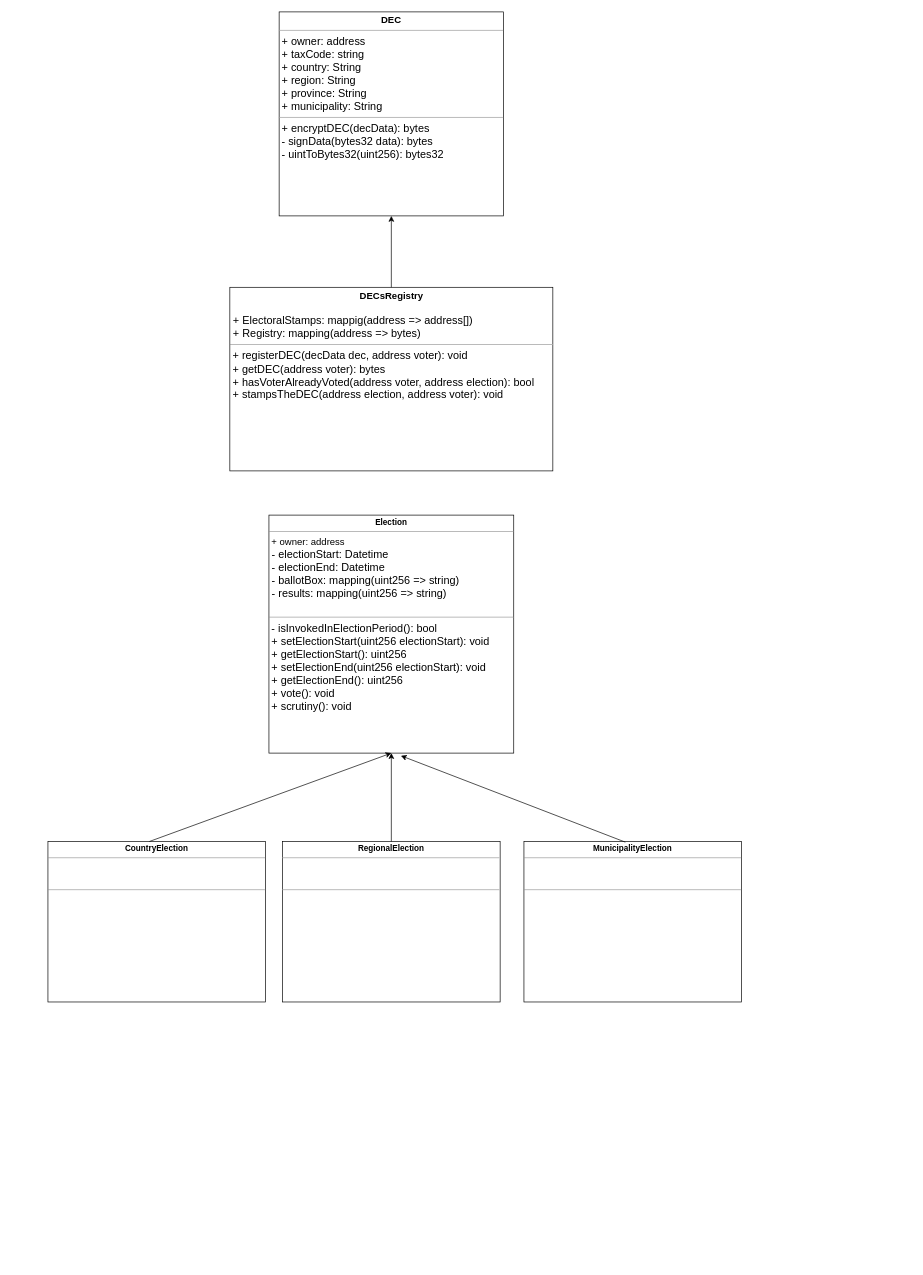
Before: page "smart contracts" (2 of 2) of docs/diagrams/Agora diagrams.drawio in nova-collective/agora, a draw.io diagram. Source tidied: cells renumbered, new cells numbered last; positions are measured from the earlier drawing's top-left corner, leaving out a move shared by most shapes. Both pictures are drawn from the tidied source at 68%, with x=0, y=0 at pixel (48, 12).
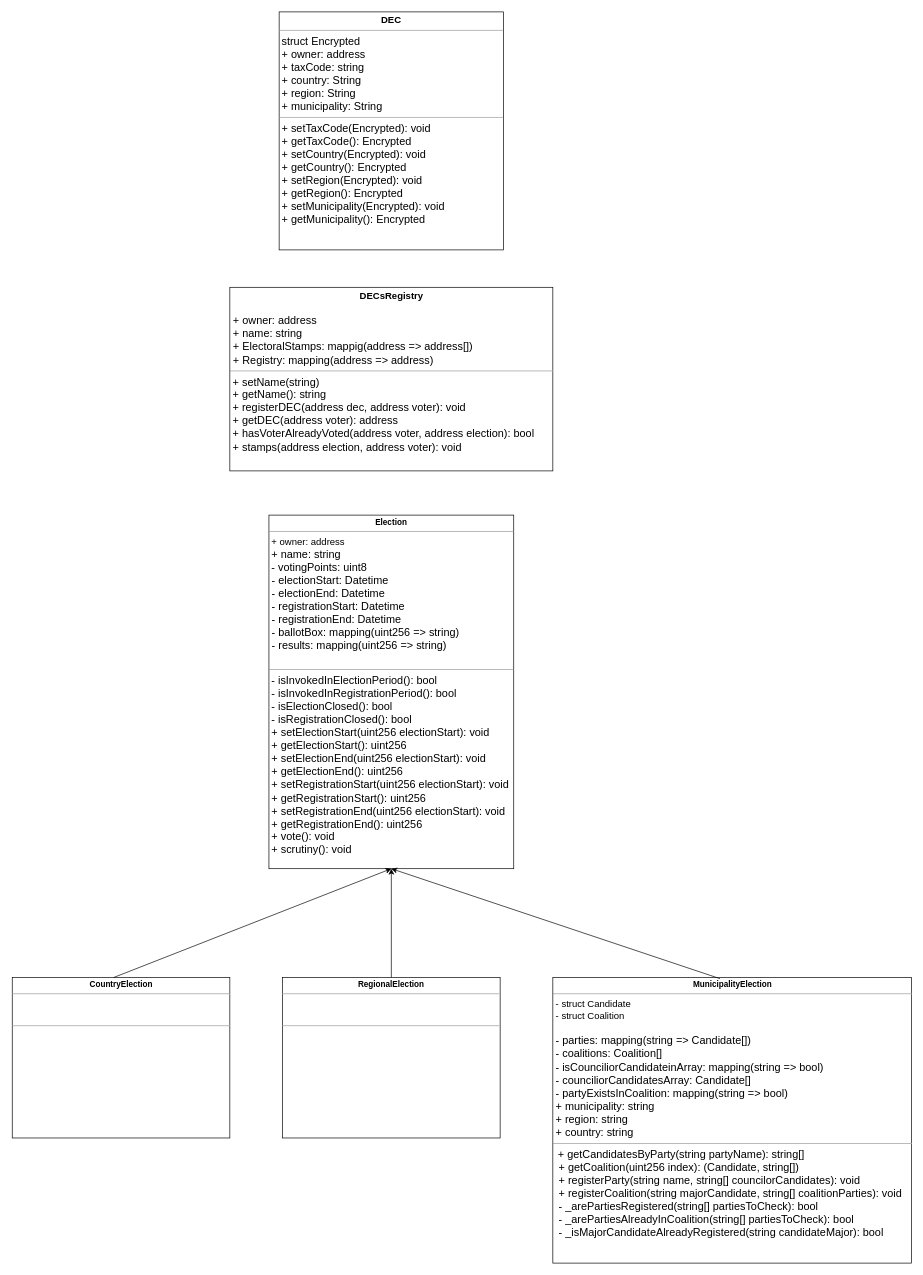
Above is the later version.

Diff of the diagram source:
```diff
@@
 <mxGraphModel>
   <root>
     <mxCell id="0" />
     <mxCell id="1" parent="0" />
-    <mxCell id="2" value="&lt;p style=&quot;margin:0px;margin-top:4px;text-align:center;&quot;&gt;&lt;b&gt;&lt;font style=&quot;font-size: 14px;&quot;&gt;DEC&lt;/font&gt;&lt;/b&gt;&lt;/p&gt;&lt;hr size=&quot;1&quot;&gt;&lt;p style=&quot;margin:0px;margin-left:4px;&quot;&gt;&lt;span style=&quot;background-color: initial;&quot;&gt;&lt;font size=&quot;3&quot;&gt;+ owner: address&lt;/font&gt;&lt;/span&gt;&lt;/p&gt;&lt;p style=&quot;margin:0px;margin-left:4px;&quot;&gt;&lt;span style=&quot;background-color: initial;&quot;&gt;&lt;font size=&quot;3&quot;&gt;+ taxCode: string&lt;/font&gt;&lt;/span&gt;&lt;/p&gt;&lt;p style=&quot;margin:0px;margin-left:4px;&quot;&gt;&lt;span style=&quot;background-color: initial;&quot;&gt;&lt;font size=&quot;3&quot;&gt;+ country: String&lt;/font&gt;&lt;/span&gt;&lt;/p&gt;&lt;p style=&quot;margin:0px;margin-left:4px;&quot;&gt;&lt;font size=&quot;3&quot;&gt;+ region: String&lt;/font&gt;&lt;/p&gt;&lt;p style=&quot;margin:0px;margin-left:4px;&quot;&gt;&lt;font size=&quot;3&quot;&gt;+ province: String&lt;/font&gt;&lt;/p&gt;&lt;p style=&quot;margin:0px;margin-left:4px;&quot;&gt;&lt;font size=&quot;3&quot;&gt;+ municipality: String&lt;br&gt;&lt;/font&gt;&lt;/p&gt;&lt;hr size=&quot;1&quot;&gt;&lt;p style=&quot;margin:0px;margin-left:4px;&quot;&gt;&lt;font size=&quot;3&quot;&gt;+ encryptDEC(decData): bytes&lt;/font&gt;&lt;/p&gt;&lt;p style=&quot;margin:0px;margin-left:4px;&quot;&gt;&lt;font size=&quot;3&quot;&gt;- signData(bytes32 data): bytes&lt;/font&gt;&lt;/p&gt;&lt;p style=&quot;margin:0px;margin-left:4px;&quot;&gt;&lt;font size=&quot;3&quot;&gt;- uintToBytes32(uint256): bytes32&amp;nbsp;&lt;/font&gt;&lt;/p&gt;&lt;p style=&quot;margin:0px;margin-left:4px;&quot;&gt;&lt;br&gt;&lt;/p&gt;" style="verticalAlign=top;align=left;overflow=fill;html=1;whiteSpace=wrap;" parent="1" vertex="1">
-      <mxGeometry x="340" width="330" height="300" as="geometry" />
+    <mxCell id="2" value="&lt;p style=&quot;margin:0px;margin-top:4px;text-align:center;&quot;&gt;&lt;b&gt;&lt;font style=&quot;font-size: 14px;&quot;&gt;DEC&lt;/font&gt;&lt;/b&gt;&lt;/p&gt;&lt;hr size=&quot;1&quot;&gt;&lt;p style=&quot;margin:0px;margin-left:4px;&quot;&gt;&lt;span style=&quot;background-color: initial;&quot;&gt;&lt;font size=&quot;3&quot;&gt;struct Encrypted&lt;/font&gt;&lt;/span&gt;&lt;/p&gt;&lt;p style=&quot;margin:0px;margin-left:4px;&quot;&gt;&lt;span style=&quot;background-color: initial;&quot;&gt;&lt;font size=&quot;3&quot;&gt;+ owner: address&lt;/font&gt;&lt;/span&gt;&lt;/p&gt;&lt;p style=&quot;margin:0px;margin-left:4px;&quot;&gt;&lt;span style=&quot;background-color: initial;&quot;&gt;&lt;font size=&quot;3&quot;&gt;+ taxCode: string&lt;/font&gt;&lt;/span&gt;&lt;/p&gt;&lt;p style=&quot;margin:0px;margin-left:4px;&quot;&gt;&lt;span style=&quot;background-color: initial;&quot;&gt;&lt;font size=&quot;3&quot;&gt;+ country: String&lt;/font&gt;&lt;/span&gt;&lt;/p&gt;&lt;p style=&quot;margin:0px;margin-left:4px;&quot;&gt;&lt;font size=&quot;3&quot;&gt;+ region: String&lt;/font&gt;&lt;/p&gt;&lt;p style=&quot;margin:0px;margin-left:4px;&quot;&gt;&lt;font size=&quot;3&quot;&gt;+ municipality: String&lt;br&gt;&lt;/font&gt;&lt;/p&gt;&lt;hr size=&quot;1&quot;&gt;&lt;p style=&quot;margin:0px;margin-left:4px;&quot;&gt;&lt;span style=&quot;font-size: medium; background-color: initial;&quot;&gt;+ setTaxCode(Encrypted): void&lt;/span&gt;&lt;/p&gt;&lt;p style=&quot;margin:0px;margin-left:4px;&quot;&gt;&lt;span style=&quot;font-size: medium; background-color: initial;&quot;&gt;+ getTaxCode(): Encrypted&lt;/span&gt;&lt;/p&gt;&lt;p style=&quot;margin:0px;margin-left:4px;&quot;&gt;&lt;span style=&quot;font-size: medium; background-color: initial;&quot;&gt;+ setCountry(Encrypted): void&lt;/span&gt;&lt;/p&gt;&lt;p style=&quot;margin:0px;margin-left:4px;&quot;&gt;&lt;span style=&quot;font-size: medium; background-color: initial;&quot;&gt;+ getCountry(): Encrypted&lt;/span&gt;&lt;/p&gt;&lt;p style=&quot;margin:0px;margin-left:4px;&quot;&gt;&lt;span style=&quot;font-size: medium; background-color: initial;&quot;&gt;+ setRegion(Encrypted): void&lt;/span&gt;&lt;/p&gt;&lt;p style=&quot;margin:0px;margin-left:4px;&quot;&gt;&lt;span style=&quot;font-size: medium; background-color: initial;&quot;&gt;+ getRegion(): Encrypted&lt;/span&gt;&lt;/p&gt;&lt;p style=&quot;margin:0px;margin-left:4px;&quot;&gt;&lt;span style=&quot;font-size: medium; background-color: initial;&quot;&gt;+ setMunicipality(Encrypted): void&lt;/span&gt;&lt;/p&gt;&lt;p style=&quot;margin:0px;margin-left:4px;&quot;&gt;&lt;span style=&quot;font-size: medium; background-color: initial;&quot;&gt;+ getMunicipality(): Encrypted&lt;/span&gt;&lt;br&gt;&lt;/p&gt;&lt;p style=&quot;margin:0px;margin-left:4px;&quot;&gt;&lt;br&gt;&lt;/p&gt;" style="verticalAlign=top;align=left;overflow=fill;html=1;whiteSpace=wrap;" parent="1" vertex="1">
+      <mxGeometry x="340" width="330" height="350" as="geometry" />
     </mxCell>
-    <mxCell id="3" value="&lt;p style=&quot;margin:0px;margin-top:4px;text-align:center;&quot;&gt;&lt;b&gt;Election&lt;/b&gt;&lt;/p&gt;&lt;hr size=&quot;1&quot;&gt;&lt;p style=&quot;margin:0px;margin-left:4px;&quot;&gt;&lt;font style=&quot;font-size: 14px;&quot;&gt;+ owner: address&lt;/font&gt;&lt;/p&gt;&lt;font size=&quot;3&quot;&gt;&amp;nbsp;- electionStart: Datetime&amp;nbsp;&lt;br&gt;&amp;nbsp;- electionEnd: Datetime&lt;/font&gt;&lt;div&gt;&lt;font size=&quot;3&quot;&gt;&amp;nbsp;- ballotBox: mapping(uint256 =&amp;gt; string)&lt;/font&gt;&lt;/div&gt;&lt;div&gt;&lt;font size=&quot;3&quot;&gt;&amp;nbsp;- results: mapping(uint256 =&amp;gt; string)&amp;nbsp;&lt;/font&gt;&lt;/div&gt;&lt;div&gt;&lt;font size=&quot;3&quot;&gt;&lt;br&gt;&lt;/font&gt;&lt;div&gt;&lt;hr size=&quot;1&quot;&gt;&lt;p style=&quot;margin:0px;margin-left:4px;&quot;&gt;&lt;font size=&quot;3&quot;&gt;- isInvokedInElectionPeriod(): bool&lt;/font&gt;&lt;/p&gt;&lt;p style=&quot;margin:0px;margin-left:4px;&quot;&gt;&lt;font size=&quot;3&quot;&gt;+ setElectionStart(uint256 electionStart): void&lt;/font&gt;&lt;/p&gt;&lt;p style=&quot;margin:0px;margin-left:4px;&quot;&gt;&lt;font size=&quot;3&quot;&gt;+ getElectionStart(): uint256&lt;/font&gt;&lt;/p&gt;&lt;p style=&quot;margin: 0px 0px 0px 4px;&quot;&gt;&lt;font size=&quot;3&quot;&gt;+ setElectionEnd(uint256 electionStart): void&lt;/font&gt;&lt;/p&gt;&lt;p style=&quot;margin: 0px 0px 0px 4px;&quot;&gt;&lt;font size=&quot;3&quot;&gt;+ getElectionEnd(): uint256&lt;/font&gt;&lt;/p&gt;&lt;p style=&quot;margin: 0px 0px 0px 4px;&quot;&gt;&lt;font size=&quot;3&quot;&gt;+ vote(): void&lt;/font&gt;&lt;/p&gt;&lt;p style=&quot;margin: 0px 0px 0px 4px;&quot;&gt;&lt;font size=&quot;3&quot;&gt;+ scrutiny(): void&lt;/font&gt;&lt;/p&gt;&lt;/div&gt;&lt;/div&gt;" style="verticalAlign=top;align=left;overflow=fill;html=1;whiteSpace=wrap;" parent="1" vertex="1">
-      <mxGeometry x="325" y="740" width="360" height="350" as="geometry" />
+    <mxCell id="3" value="&lt;p style=&quot;margin:0px;margin-top:4px;text-align:center;&quot;&gt;&lt;b&gt;Election&lt;/b&gt;&lt;/p&gt;&lt;hr size=&quot;1&quot;&gt;&lt;p style=&quot;margin:0px;margin-left:4px;&quot;&gt;&lt;font style=&quot;font-size: 14px;&quot;&gt;+ owner: address&lt;/font&gt;&lt;/p&gt;&lt;p style=&quot;margin:0px;margin-left:4px;&quot;&gt;&lt;font size=&quot;3&quot; style=&quot;&quot;&gt;+ name: string&lt;/font&gt;&lt;/p&gt;&lt;p style=&quot;margin:0px;margin-left:4px;&quot;&gt;&lt;font size=&quot;3&quot;&gt;- votingPoints: uint8&lt;/font&gt;&lt;/p&gt;&lt;font size=&quot;3&quot;&gt;&amp;nbsp;- electionStart: Datetime&amp;nbsp;&lt;br&gt;&amp;nbsp;- electionEnd: Datetime&lt;/font&gt;&lt;div&gt;&lt;span style=&quot;font-size: medium;&quot;&gt;&amp;nbsp;- registrationStart: Datetime&amp;nbsp;&lt;/span&gt;&lt;br style=&quot;font-size: medium;&quot;&gt;&lt;span style=&quot;font-size: medium;&quot;&gt;&amp;nbsp;- registrationEnd: Datetime&lt;/span&gt;&lt;font size=&quot;3&quot;&gt;&lt;br&gt;&lt;/font&gt;&lt;div&gt;&lt;font size=&quot;3&quot;&gt;&amp;nbsp;- ballotBox: mapping(uint256 =&amp;gt; string)&lt;/font&gt;&lt;/div&gt;&lt;div&gt;&lt;font size=&quot;3&quot;&gt;&amp;nbsp;- results: mapping(uint256 =&amp;gt; string)&amp;nbsp;&lt;/font&gt;&lt;/div&gt;&lt;div&gt;&lt;font size=&quot;3&quot;&gt;&lt;br&gt;&lt;/font&gt;&lt;div&gt;&lt;hr size=&quot;1&quot;&gt;&lt;p style=&quot;margin:0px;margin-left:4px;&quot;&gt;&lt;font size=&quot;3&quot;&gt;- isInvokedInElectionPeriod(): bool&lt;/font&gt;&lt;/p&gt;&lt;p style=&quot;margin:0px;margin-left:4px;&quot;&gt;&lt;span style=&quot;font-size: medium;&quot;&gt;- isInvokedInRegistrationPeriod(): bool&lt;/span&gt;&lt;font size=&quot;3&quot;&gt;&lt;br&gt;&lt;/font&gt;&lt;/p&gt;&lt;p style=&quot;margin:0px;margin-left:4px;&quot;&gt;&lt;span style=&quot;font-size: medium;&quot;&gt;- isElectionClosed(): bool&lt;/span&gt;&lt;/p&gt;&lt;p style=&quot;margin:0px;margin-left:4px;&quot;&gt;&lt;span style=&quot;font-size: medium;&quot;&gt;- isRegistrationClosed(): bool&lt;/span&gt;&lt;/p&gt;&lt;p style=&quot;margin:0px;margin-left:4px;&quot;&gt;&lt;font size=&quot;3&quot;&gt;+ setElectionStart(uint256 electionStart): void&lt;/font&gt;&lt;/p&gt;&lt;p style=&quot;margin:0px;margin-left:4px;&quot;&gt;&lt;font size=&quot;3&quot;&gt;+ getElectionStart(): uint256&lt;/font&gt;&lt;/p&gt;&lt;p style=&quot;margin: 0px 0px 0px 4px;&quot;&gt;&lt;font size=&quot;3&quot;&gt;+ setElectionEnd(uint256 electionStart): void&lt;/font&gt;&lt;/p&gt;&lt;p style=&quot;margin: 0px 0px 0px 4px;&quot;&gt;&lt;font size=&quot;3&quot;&gt;+ getElectionEnd(): uint256&lt;/font&gt;&lt;/p&gt;&lt;p style=&quot;margin: 0px 0px 0px 4px;&quot;&gt;&lt;font size=&quot;3&quot;&gt;+ setRegistrationStart(uint256 electionStart): void&lt;/font&gt;&lt;/p&gt;&lt;p style=&quot;margin: 0px 0px 0px 4px;&quot;&gt;&lt;font size=&quot;3&quot;&gt;+ getRegistrationStart(): uint256&lt;/font&gt;&lt;/p&gt;&lt;p style=&quot;margin: 0px 0px 0px 4px;&quot;&gt;&lt;font size=&quot;3&quot;&gt;+ setRegistrationEnd(uint256 electionStart): void&lt;/font&gt;&lt;/p&gt;&lt;p style=&quot;margin: 0px 0px 0px 4px;&quot;&gt;&lt;font size=&quot;3&quot;&gt;+ getRegistrationEnd(): uint256&lt;/font&gt;&lt;/p&gt;&lt;p style=&quot;margin: 0px 0px 0px 4px;&quot;&gt;&lt;font size=&quot;3&quot;&gt;+ vote(): void&lt;/font&gt;&lt;/p&gt;&lt;p style=&quot;margin: 0px 0px 0px 4px;&quot;&gt;&lt;font size=&quot;3&quot;&gt;+ scrutiny(): void&lt;/font&gt;&lt;/p&gt;&lt;/div&gt;&lt;/div&gt;&lt;/div&gt;" style="verticalAlign=top;align=left;overflow=fill;html=1;whiteSpace=wrap;" parent="1" vertex="1">
+      <mxGeometry x="325" y="740" width="360" height="520" as="geometry" />
     </mxCell>
-    <mxCell id="4" value="&lt;p style=&quot;margin:0px;margin-top:4px;text-align:center;&quot;&gt;&lt;b&gt;&lt;font style=&quot;font-size: 14px;&quot;&gt;DECsRegistry&lt;/font&gt;&lt;/b&gt;&lt;/p&gt;&lt;p style=&quot;margin:0px;margin-left:4px;&quot;&gt;&lt;font size=&quot;3&quot;&gt;&lt;br&gt;&lt;/font&gt;&lt;/p&gt;&lt;font size=&quot;3&quot;&gt;&amp;nbsp;+ ElectoralStamps: mappig(address =&amp;gt; address[])&lt;/font&gt;&lt;div&gt;&lt;font size=&quot;3&quot;&gt;&amp;nbsp;+ Registry: mapping(address =&amp;gt; bytes)&amp;nbsp;&lt;br&gt;&lt;/font&gt;&lt;hr size=&quot;1&quot;&gt;&lt;p style=&quot;margin:0px;margin-left:4px;&quot;&gt;&lt;span style=&quot;background-color: initial;&quot;&gt;&lt;font size=&quot;3&quot;&gt;+ registerDEC(decData dec, address voter): void&lt;/font&gt;&lt;/span&gt;&lt;/p&gt;&lt;p style=&quot;margin:0px;margin-left:4px;&quot;&gt;&lt;span style=&quot;background-color: initial;&quot;&gt;&lt;font size=&quot;3&quot;&gt;+ getDEC(address voter): bytes&lt;/font&gt;&lt;/span&gt;&lt;/p&gt;&lt;p style=&quot;margin:0px;margin-left:4px;&quot;&gt;&lt;span style=&quot;background-color: initial;&quot;&gt;&lt;font size=&quot;3&quot;&gt;+ hasVoterAlreadyVoted(address voter, address election): bool&lt;/font&gt;&lt;/span&gt;&lt;/p&gt;&lt;p style=&quot;margin:0px;margin-left:4px;&quot;&gt;&lt;span style=&quot;background-color: initial;&quot;&gt;&lt;font size=&quot;3&quot;&gt;+ stampsTheDEC(address election, address voter): void&lt;/font&gt;&lt;/span&gt;&lt;/p&gt;&lt;p style=&quot;margin:0px;margin-left:4px;&quot;&gt;&lt;font size=&quot;3&quot;&gt;&lt;br&gt;&lt;/font&gt;&lt;/p&gt;&lt;p style=&quot;margin:0px;margin-left:4px;&quot;&gt;&lt;br&gt;&lt;/p&gt;&lt;p style=&quot;margin:0px;margin-left:4px;&quot;&gt;&lt;br&gt;&lt;/p&gt;&lt;p style=&quot;margin:0px;margin-left:4px;&quot;&gt;&lt;br&gt;&lt;/p&gt;&lt;/div&gt;" style="verticalAlign=top;align=left;overflow=fill;html=1;whiteSpace=wrap;" parent="1" vertex="1">
+    <mxCell id="4" value="&lt;p style=&quot;margin:0px;margin-top:4px;text-align:center;&quot;&gt;&lt;b&gt;&lt;font style=&quot;font-size: 14px;&quot;&gt;DECsRegistry&lt;/font&gt;&lt;/b&gt;&lt;/p&gt;&lt;p style=&quot;margin:0px;margin-left:4px;&quot;&gt;&lt;font size=&quot;3&quot;&gt;&lt;br&gt;&lt;/font&gt;&lt;/p&gt;&lt;font size=&quot;3&quot;&gt;&amp;nbsp;+ owner: address&lt;/font&gt;&lt;div&gt;&lt;font size=&quot;3&quot;&gt;&amp;nbsp;+ name: string&lt;br&gt;&lt;/font&gt;&lt;div&gt;&lt;font size=&quot;3&quot;&gt;&amp;nbsp;+ ElectoralStamps: mappig(address =&amp;gt; address[])&lt;/font&gt;&lt;div&gt;&lt;font size=&quot;3&quot;&gt;&amp;nbsp;+ Registry: mapping(address =&amp;gt; address)&amp;nbsp;&lt;br&gt;&lt;/font&gt;&lt;hr size=&quot;1&quot;&gt;&lt;p style=&quot;margin:0px;margin-left:4px;&quot;&gt;&lt;span style=&quot;background-color: initial;&quot;&gt;&lt;font size=&quot;3&quot;&gt;+ setName(string)&lt;/font&gt;&lt;/span&gt;&lt;/p&gt;&lt;p style=&quot;margin:0px;margin-left:4px;&quot;&gt;&lt;font size=&quot;3&quot;&gt;+ getName(): string&lt;/font&gt;&lt;/p&gt;&lt;p style=&quot;margin:0px;margin-left:4px;&quot;&gt;&lt;span style=&quot;background-color: initial;&quot;&gt;&lt;font size=&quot;3&quot;&gt;+ registerDEC(address dec, address voter): void&lt;/font&gt;&lt;/span&gt;&lt;/p&gt;&lt;p style=&quot;margin:0px;margin-left:4px;&quot;&gt;&lt;span style=&quot;background-color: initial;&quot;&gt;&lt;font size=&quot;3&quot;&gt;+ getDEC(address voter): address&lt;/font&gt;&lt;/span&gt;&lt;/p&gt;&lt;p style=&quot;margin:0px;margin-left:4px;&quot;&gt;&lt;span style=&quot;background-color: initial;&quot;&gt;&lt;font size=&quot;3&quot;&gt;+ hasVoterAlreadyVoted(address voter, address election): bool&lt;/font&gt;&lt;/span&gt;&lt;/p&gt;&lt;p style=&quot;margin:0px;margin-left:4px;&quot;&gt;&lt;span style=&quot;background-color: initial;&quot;&gt;&lt;font size=&quot;3&quot;&gt;+ stamps(address election, address voter): void&lt;/font&gt;&lt;/span&gt;&lt;/p&gt;&lt;p style=&quot;margin:0px;margin-left:4px;&quot;&gt;&lt;font size=&quot;3&quot;&gt;&lt;br&gt;&lt;/font&gt;&lt;/p&gt;&lt;p style=&quot;margin:0px;margin-left:4px;&quot;&gt;&lt;br&gt;&lt;/p&gt;&lt;p style=&quot;margin:0px;margin-left:4px;&quot;&gt;&lt;br&gt;&lt;/p&gt;&lt;p style=&quot;margin:0px;margin-left:4px;&quot;&gt;&lt;br&gt;&lt;/p&gt;&lt;/div&gt;&lt;/div&gt;&lt;/div&gt;" style="verticalAlign=top;align=left;overflow=fill;html=1;whiteSpace=wrap;" parent="1" vertex="1">
       <mxGeometry x="267.5" y="405" width="475" height="270" as="geometry" />
     </mxCell>
-    <mxCell id="5" style="endArrow=classic;html=1;rounded=0;exitX=0.5;exitY=0;exitDx=0;exitDy=0;entryX=0.5;entryY=1;entryDx=0;entryDy=0;" parent="1" edge="1" source="4" target="2">
-      <mxGeometry relative="1" as="geometry" />
-    </mxCell>
     <mxCell id="6" value="&lt;p style=&quot;margin:0px;margin-top:4px;text-align:center;&quot;&gt;&lt;b&gt;CountryElection&lt;/b&gt;&lt;/p&gt;&lt;hr size=&quot;1&quot;&gt;&lt;p style=&quot;margin:0px;margin-left:4px;&quot;&gt;&lt;br&gt;&lt;/p&gt;&lt;div&gt;&lt;font size=&quot;3&quot;&gt;&lt;br&gt;&lt;/font&gt;&lt;div&gt;&lt;hr size=&quot;1&quot;&gt;&lt;p style=&quot;margin:0px;margin-left:4px;&quot;&gt;&lt;br&gt;&lt;/p&gt;&lt;/div&gt;&lt;/div&gt;" style="verticalAlign=top;align=left;overflow=fill;html=1;whiteSpace=wrap;" parent="1" vertex="1">
-      <mxGeometry y="1220" width="320" height="236" as="geometry" />
+      <mxGeometry x="-52.5" y="1420" width="320" height="236" as="geometry" />
     </mxCell>
     <mxCell id="7" value="&lt;p style=&quot;margin:0px;margin-top:4px;text-align:center;&quot;&gt;&lt;b&gt;RegionalElection&lt;/b&gt;&lt;/p&gt;&lt;hr size=&quot;1&quot;&gt;&lt;p style=&quot;margin:0px;margin-left:4px;&quot;&gt;&lt;br&gt;&lt;/p&gt;&lt;div&gt;&lt;font size=&quot;3&quot;&gt;&lt;br&gt;&lt;/font&gt;&lt;div&gt;&lt;hr size=&quot;1&quot;&gt;&lt;p style=&quot;margin:0px;margin-left:4px;&quot;&gt;&lt;br&gt;&lt;/p&gt;&lt;/div&gt;&lt;/div&gt;" style="verticalAlign=top;align=left;overflow=fill;html=1;whiteSpace=wrap;" parent="1" vertex="1">
-      <mxGeometry x="345" y="1220" width="320" height="236" as="geometry" />
+      <mxGeometry x="345" y="1420" width="320" height="236" as="geometry" />
     </mxCell>
-    <mxCell id="8" value="&lt;p style=&quot;margin:0px;margin-top:4px;text-align:center;&quot;&gt;&lt;b&gt;MunicipalityElection&lt;/b&gt;&lt;/p&gt;&lt;hr size=&quot;1&quot;&gt;&lt;p style=&quot;margin:0px;margin-left:4px;&quot;&gt;&lt;br&gt;&lt;/p&gt;&lt;div&gt;&lt;font size=&quot;3&quot;&gt;&lt;br&gt;&lt;/font&gt;&lt;div&gt;&lt;hr size=&quot;1&quot;&gt;&lt;p style=&quot;margin:0px;margin-left:4px;&quot;&gt;&lt;br&gt;&lt;/p&gt;&lt;/div&gt;&lt;/div&gt;" style="verticalAlign=top;align=left;overflow=fill;html=1;whiteSpace=wrap;" parent="1" vertex="1">
-      <mxGeometry x="700" y="1220" width="320" height="236" as="geometry" />
+    <mxCell id="8" value="&lt;p style=&quot;margin:0px;margin-top:4px;text-align:center;&quot;&gt;&lt;b&gt;MunicipalityElection&lt;/b&gt;&lt;/p&gt;&lt;hr size=&quot;1&quot;&gt;&lt;p style=&quot;margin:0px;margin-left:4px;&quot;&gt;&lt;font style=&quot;font-size: 14px;&quot;&gt;- struct Candidate&lt;/font&gt;&lt;/p&gt;&lt;p style=&quot;margin:0px;margin-left:4px;&quot;&gt;&lt;font style=&quot;font-size: 14px;&quot;&gt;- struct Coalition&lt;/font&gt;&lt;/p&gt;&lt;p style=&quot;margin:0px;margin-left:4px;&quot;&gt;&lt;font size=&quot;3&quot;&gt;&lt;br&gt;&lt;/font&gt;&lt;/p&gt;&lt;p style=&quot;margin:0px;margin-left:4px;&quot;&gt;&lt;font size=&quot;3&quot;&gt;- parties: mapping(string =&amp;gt; Candidate[])&lt;/font&gt;&lt;/p&gt;&lt;p style=&quot;margin:0px;margin-left:4px;&quot;&gt;&lt;font size=&quot;3&quot;&gt;- coalitions: Coalition[]&lt;/font&gt;&lt;/p&gt;&lt;p style=&quot;margin:0px;margin-left:4px;&quot;&gt;&lt;font size=&quot;3&quot;&gt;- isCounciliorCandidateinArray: mapping(string =&amp;gt; bool)&lt;/font&gt;&lt;/p&gt;&lt;p style=&quot;margin:0px;margin-left:4px;&quot;&gt;&lt;font size=&quot;3&quot;&gt;- counciliorCandidatesArray: Candidate[]&lt;/font&gt;&lt;/p&gt;&lt;p style=&quot;margin:0px;margin-left:4px;&quot;&gt;&lt;font size=&quot;3&quot;&gt;- partyExistsInCoalition: mapping(string =&amp;gt; bool)&lt;/font&gt;&lt;/p&gt;&lt;p style=&quot;margin:0px;margin-left:4px;&quot;&gt;&lt;font size=&quot;3&quot;&gt;+ municipality: string&lt;/font&gt;&lt;/p&gt;&lt;p style=&quot;margin:0px;margin-left:4px;&quot;&gt;&lt;font size=&quot;3&quot;&gt;+ region: string&lt;/font&gt;&lt;/p&gt;&lt;p style=&quot;margin:0px;margin-left:4px;&quot;&gt;&lt;font size=&quot;3&quot;&gt;+ country: string&lt;/font&gt;&lt;/p&gt;&lt;div&gt;&lt;div&gt;&lt;hr size=&quot;1&quot;&gt;&lt;p style=&quot;margin:0px;margin-left:4px;&quot;&gt;&amp;nbsp;&lt;font size=&quot;3&quot;&gt;+ getCandidatesByParty(string partyName): string[]&lt;/font&gt;&lt;/p&gt;&lt;p style=&quot;margin:0px;margin-left:4px;&quot;&gt;&lt;font size=&quot;3&quot;&gt;&amp;nbsp;+ getCoalition(uint256 index): (Candidate, string[])&lt;/font&gt;&lt;/p&gt;&lt;p style=&quot;margin:0px;margin-left:4px;&quot;&gt;&lt;font size=&quot;3&quot;&gt;&amp;nbsp;+ registerParty(string name, string[] councilorCandidates): void&lt;/font&gt;&lt;/p&gt;&lt;p style=&quot;margin:0px;margin-left:4px;&quot;&gt;&lt;font size=&quot;3&quot;&gt;&amp;nbsp;+ registerCoalition(string majorCandidate, string[] coalitionParties): void&lt;/font&gt;&lt;/p&gt;&lt;p style=&quot;margin:0px;margin-left:4px;&quot;&gt;&lt;font size=&quot;3&quot;&gt;&amp;nbsp;- _arePartiesRegistered(string[] partiesToCheck): bool&lt;/font&gt;&lt;/p&gt;&lt;p style=&quot;margin:0px;margin-left:4px;&quot;&gt;&lt;font size=&quot;3&quot;&gt;&amp;nbsp;- _arePartiesAlreadyInCoalition(string[] partiesToCheck): bool&lt;/font&gt;&lt;/p&gt;&lt;p style=&quot;margin:0px;margin-left:4px;&quot;&gt;&lt;font size=&quot;3&quot;&gt;&amp;nbsp;- _isMajorCandidateAlreadyRegistered(string candidateMajor): bool&lt;/font&gt;&lt;/p&gt;&lt;/div&gt;&lt;/div&gt;" style="verticalAlign=top;align=left;overflow=fill;html=1;whiteSpace=wrap;" parent="1" vertex="1">
+      <mxGeometry x="742.5" y="1420" width="527.5" height="420" as="geometry" />
     </mxCell>
-    <mxCell id="9" style="endArrow=classic;html=1;rounded=0;exitX=0.466;exitY=0.004;exitDx=0;exitDy=0;exitPerimeter=0;entryX=0.539;entryY=1.011;entryDx=0;entryDy=0;entryPerimeter=0;" parent="1" edge="1" source="8" target="3">
+    <mxCell id="9" style="endArrow=classic;html=1;rounded=0;exitX=0.466;exitY=0.004;exitDx=0;exitDy=0;exitPerimeter=0;entryX=0.5;entryY=1;entryDx=0;entryDy=0;" parent="1" edge="1" source="8" target="3">
       <mxGeometry relative="1" as="geometry" />
     </mxCell>
     <mxCell id="10" style="endArrow=classic;html=1;rounded=0;exitX=0.5;exitY=0;exitDx=0;exitDy=0;entryX=0.5;entryY=1;entryDx=0;entryDy=0;" parent="1" edge="1" source="7" target="3">
       <mxGeometry relative="1" as="geometry" />
     </mxCell>
     <mxCell id="11" style="endArrow=classic;html=1;rounded=0;exitX=0.466;exitY=0;exitDx=0;exitDy=0;exitPerimeter=0;entryX=0.5;entryY=1;entryDx=0;entryDy=0;" parent="1" edge="1" source="6" target="3">
       <mxGeometry relative="1" as="geometry" />
     </mxCell>
   </root>
 </mxGraphModel>
```
